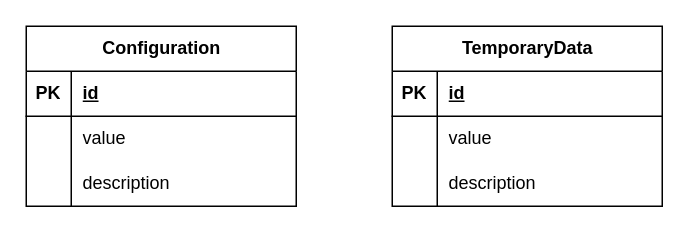
Earlier version of the draw.io diagram ddbb_cs.drawio (VicManX/diagramas). Source tidied: cells renumbered, new cells numbered last; positions are measured from the earlier drawing's top-left corner, leaving out a move shared by most shapes. Both pictures are drawn from the tidied source at 150%, with x=0, y=0 at pixel (26, 26).
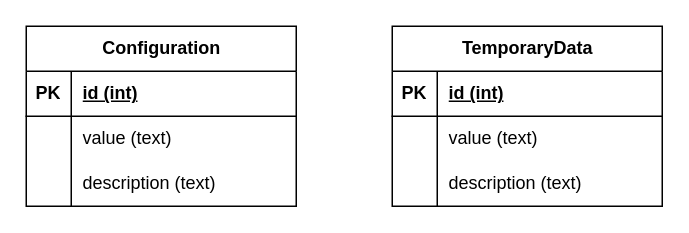
Above is the later version.

Unchanged cells that the change refers to:
```xml
<mxCell id="3" style="shape=tableRow;horizontal=0;startSize=0;swimlaneHead=0;swimlaneBody=0;fillColor=none;top=0;left=0;right=0;bottom=1;" parent="2" vertex="1">
  <mxGeometry y="30" width="180" height="30" as="geometry" />
</mxCell>
<mxCell id="6" style="shape=tableRow;horizontal=0;startSize=0;swimlaneHead=0;swimlaneBody=0;fillColor=none;top=0;left=0;right=0;bottom=0;" parent="2" vertex="1">
  <mxGeometry y="60" width="180" height="30" as="geometry" />
</mxCell>
<mxCell id="9" style="shape=tableRow;horizontal=0;startSize=0;swimlaneHead=0;swimlaneBody=0;fillColor=none;top=0;left=0;right=0;bottom=0;" parent="2" vertex="1">
  <mxGeometry y="90" width="180" height="30" as="geometry" />
</mxCell>
<mxCell id="13" style="shape=tableRow;horizontal=0;startSize=0;swimlaneHead=0;swimlaneBody=0;fillColor=none;top=0;left=0;right=0;bottom=1;" parent="12" vertex="1">
  <mxGeometry y="30" width="180" height="30" as="geometry" />
</mxCell>
<mxCell id="16" style="shape=tableRow;horizontal=0;startSize=0;swimlaneHead=0;swimlaneBody=0;fillColor=none;top=0;left=0;right=0;bottom=0;" parent="12" vertex="1">
  <mxGeometry y="60" width="180" height="30" as="geometry" />
</mxCell>
<mxCell id="19" style="shape=tableRow;horizontal=0;startSize=0;swimlaneHead=0;swimlaneBody=0;fillColor=none;top=0;left=0;right=0;bottom=0;" parent="12" vertex="1">
  <mxGeometry y="90" width="180" height="30" as="geometry" />
</mxCell>
```

Change to the diagram source:
```diff
@@
-    <mxCell id="5" value="id" style="shape=partialRectangle;fillColor=none;top=0;left=0;bottom=0;right=0;align=left;spacingLeft=6;fontStyle=5;overflow=hidden;whiteSpace=wrap;html=1;" parent="3" vertex="1">
+    <mxCell id="5" value="id (int)" style="shape=partialRectangle;fillColor=none;top=0;left=0;bottom=0;right=0;align=left;spacingLeft=6;fontStyle=5;overflow=hidden;whiteSpace=wrap;html=1;" parent="3" vertex="1">
       <mxGeometry x="30" width="150" height="30" as="geometry" />
     </mxCell>
@@
-    <mxCell id="8" value="value" style="shape=partialRectangle;fillColor=none;top=0;left=0;bottom=0;right=0;align=left;spacingLeft=6;overflow=hidden;whiteSpace=wrap;html=1;" parent="6" vertex="1">
+    <mxCell id="8" value="value (text)" style="shape=partialRectangle;fillColor=none;top=0;left=0;bottom=0;right=0;align=left;spacingLeft=6;overflow=hidden;whiteSpace=wrap;html=1;" parent="6" vertex="1">
       <mxGeometry x="30" width="150" height="30" as="geometry" />
     </mxCell>
@@
-    <mxCell id="11" value="description" style="shape=partialRectangle;fillColor=none;top=0;left=0;bottom=0;right=0;align=left;spacingLeft=6;overflow=hidden;whiteSpace=wrap;html=1;" parent="9" vertex="1">
+    <mxCell id="11" value="description (text)" style="shape=partialRectangle;fillColor=none;top=0;left=0;bottom=0;right=0;align=left;spacingLeft=6;overflow=hidden;whiteSpace=wrap;html=1;" parent="9" vertex="1">
       <mxGeometry x="30" width="150" height="30" as="geometry" />
     </mxCell>
@@
-    <mxCell id="15" value="id" style="shape=partialRectangle;fillColor=none;top=0;left=0;bottom=0;right=0;align=left;spacingLeft=6;fontStyle=5;overflow=hidden;whiteSpace=wrap;html=1;" parent="13" vertex="1">
+    <mxCell id="15" value="id (int)" style="shape=partialRectangle;fillColor=none;top=0;left=0;bottom=0;right=0;align=left;spacingLeft=6;fontStyle=5;overflow=hidden;whiteSpace=wrap;html=1;" parent="13" vertex="1">
       <mxGeometry x="30" width="150" height="30" as="geometry" />
     </mxCell>
@@
-    <mxCell id="18" value="value" style="shape=partialRectangle;fillColor=none;top=0;left=0;bottom=0;right=0;align=left;spacingLeft=6;overflow=hidden;whiteSpace=wrap;html=1;" parent="16" vertex="1">
+    <mxCell id="18" value="value (text)" style="shape=partialRectangle;fillColor=none;top=0;left=0;bottom=0;right=0;align=left;spacingLeft=6;overflow=hidden;whiteSpace=wrap;html=1;" parent="16" vertex="1">
       <mxGeometry x="30" width="150" height="30" as="geometry" />
     </mxCell>
@@
-    <mxCell id="21" value="description" style="shape=partialRectangle;fillColor=none;top=0;left=0;bottom=0;right=0;align=left;spacingLeft=6;overflow=hidden;whiteSpace=wrap;html=1;" parent="19" vertex="1">
+    <mxCell id="21" value="description (text)" style="shape=partialRectangle;fillColor=none;top=0;left=0;bottom=0;right=0;align=left;spacingLeft=6;overflow=hidden;whiteSpace=wrap;html=1;" parent="19" vertex="1">
       <mxGeometry x="30" width="150" height="30" as="geometry" />
     </mxCell>
```
